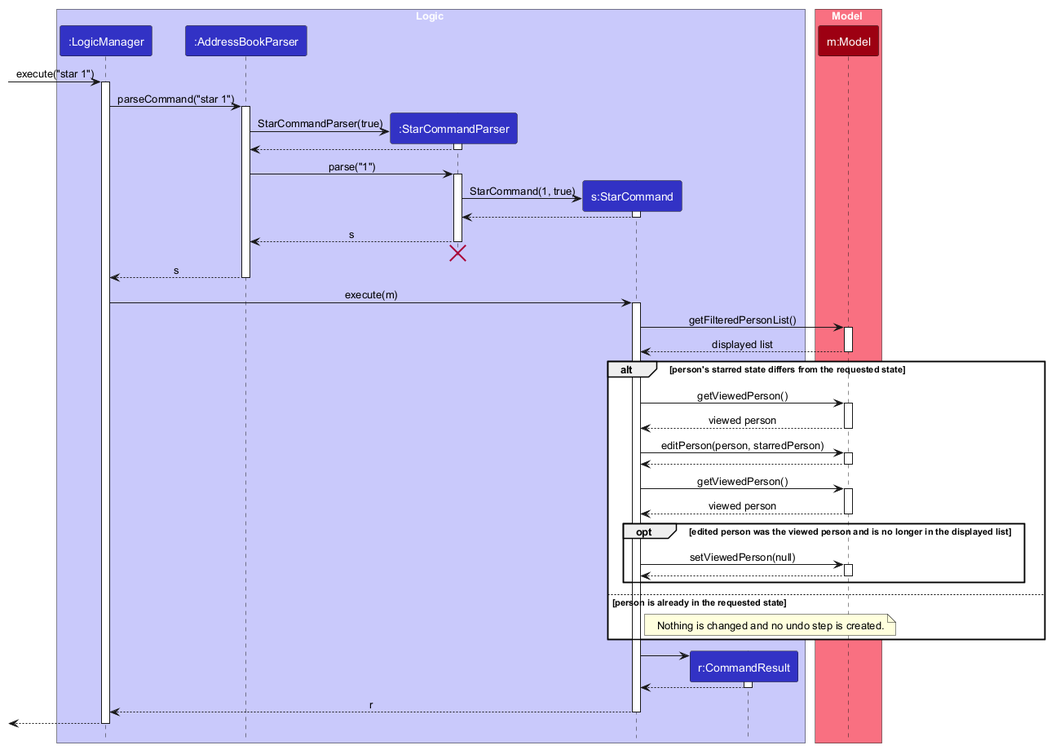
Before: docs/images/StarSequenceDiagram.png, a diagram exported from PlantUML (AY2627S1-CS2103T-W12-2/tp). Source of this version:
```plantuml
@startuml
!include style.puml
skinparam ArrowFontStyle plain

box Logic LOGIC_COLOR_T1
participant ":LogicManager" as LogicManager LOGIC_COLOR
participant ":AddressBookParser" as AddressBookParser LOGIC_COLOR
participant ":StarCommandParser" as StarCommandParser LOGIC_COLOR
participant "s:StarCommand" as StarCommand LOGIC_COLOR
participant "r:CommandResult" as CommandResult LOGIC_COLOR
end box

box Model MODEL_COLOR_T1
participant "m:Model" as Model MODEL_COLOR
end box

[-> LogicManager : execute("star 1")
activate LogicManager

LogicManager -> AddressBookParser : parseCommand("star 1")
activate AddressBookParser

create StarCommandParser
AddressBookParser -> StarCommandParser : StarCommandParser(true)
activate StarCommandParser

StarCommandParser --> AddressBookParser
deactivate StarCommandParser

AddressBookParser -> StarCommandParser : parse("1")
activate StarCommandParser

create StarCommand
StarCommandParser -> StarCommand : StarCommand(1, true)
activate StarCommand

StarCommand --> StarCommandParser
deactivate StarCommand

StarCommandParser --> AddressBookParser : s
deactivate StarCommandParser
StarCommandParser -[hidden]-> AddressBookParser
destroy StarCommandParser

AddressBookParser --> LogicManager : s
deactivate AddressBookParser

LogicManager -> StarCommand : execute(m)
activate StarCommand

StarCommand -> Model : getFilteredPersonList()
activate Model

Model --> StarCommand : displayed list
deactivate Model

alt person's starred state differs from the requested state

    StarCommand -> Model : getViewedPerson()
    activate Model

    Model --> StarCommand : viewed person
    deactivate Model

    StarCommand -> Model : editPerson(person, starredPerson)
    activate Model

    Model --> StarCommand
    deactivate Model

    StarCommand -> Model : getViewedPerson()
    activate Model

    Model --> StarCommand : viewed person
    deactivate Model

    opt edited person was the viewed person and is no longer in the displayed list

        StarCommand -> Model : setViewedPerson(null)
        activate Model

        Model --> StarCommand
        deactivate Model

    end

else person is already in the requested state

    note right of StarCommand : Nothing is changed and no undo step is created.

end

create CommandResult
StarCommand -> CommandResult
activate CommandResult

CommandResult --> StarCommand
deactivate CommandResult

StarCommand --> LogicManager : r
deactivate StarCommand

[<--LogicManager
deactivate LogicManager
@enduml
```
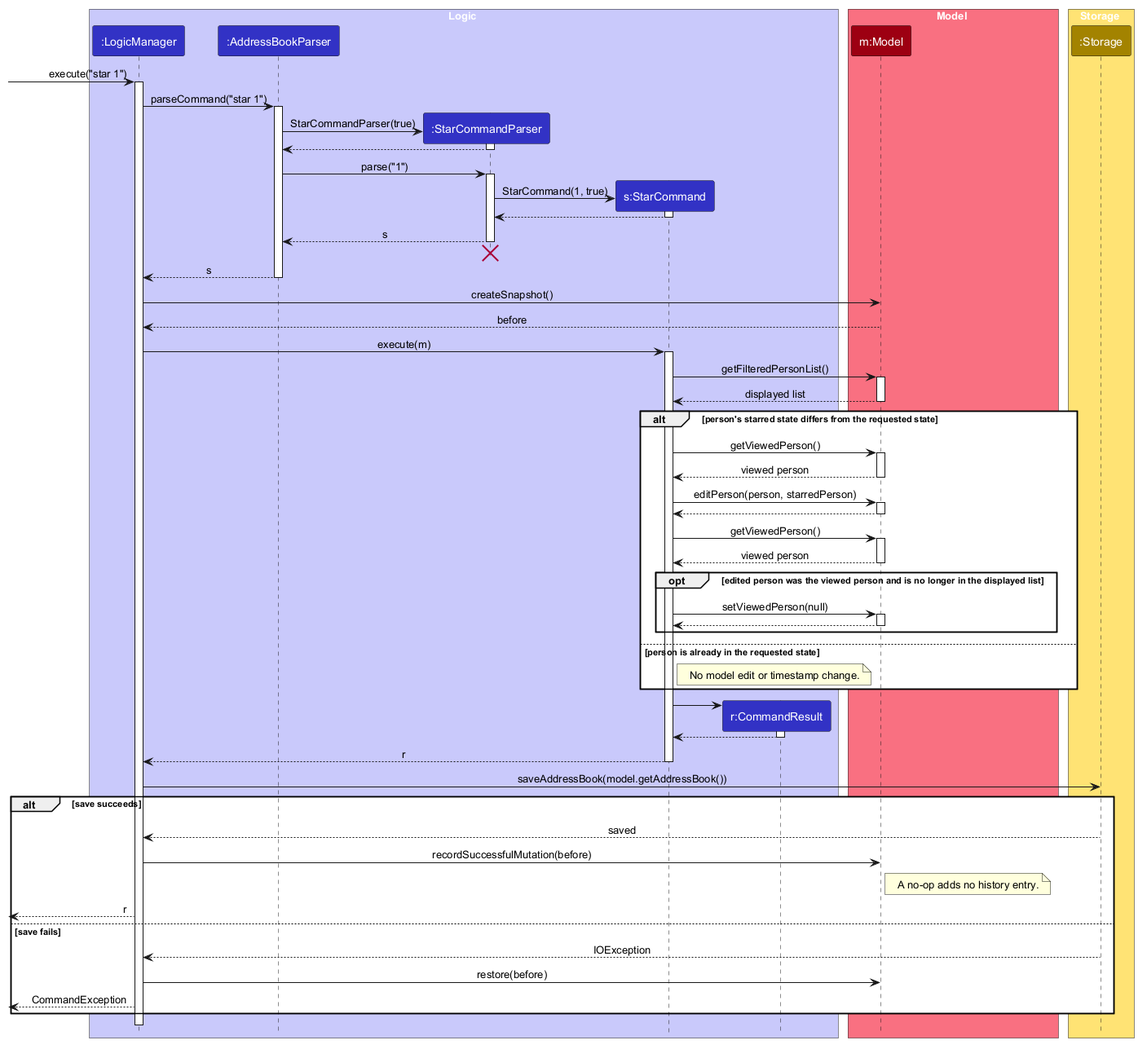
After the change.

Change to the diagram source:
```diff
@@ -12,6 +12,10 @@
 
 box Model MODEL_COLOR_T1
 participant "m:Model" as Model MODEL_COLOR
+end box
+
+box Storage STORAGE_COLOR_T1
+participant ":Storage" as Storage STORAGE_COLOR
 end box
 
 [-> LogicManager : execute("star 1")
@@ -45,6 +49,8 @@
 AddressBookParser --> LogicManager : s
 deactivate AddressBookParser
 
+LogicManager -> Model : createSnapshot()
+Model --> LogicManager : before
 LogicManager -> StarCommand : execute(m)
 activate StarCommand
 
@@ -86,7 +92,7 @@
 
 else person is already in the requested state
 
-    note right of StarCommand : Nothing is changed and no undo step is created.
+    note right of StarCommand : No model edit or timestamp change.
 
 end
 
@@ -100,6 +106,16 @@
 StarCommand --> LogicManager : r
 deactivate StarCommand
 
-[<--LogicManager
+LogicManager -> Storage : saveAddressBook(model.getAddressBook())
+alt save succeeds
+    Storage --> LogicManager : saved
+    LogicManager -> Model : recordSuccessfulMutation(before)
+    note right of Model : A no-op adds no history entry.
+    [<-- LogicManager : r
+else save fails
+    Storage --> LogicManager : IOException
+    LogicManager -> Model : restore(before)
+    [<-- LogicManager : CommandException
+end
 deactivate LogicManager
 @enduml
```
